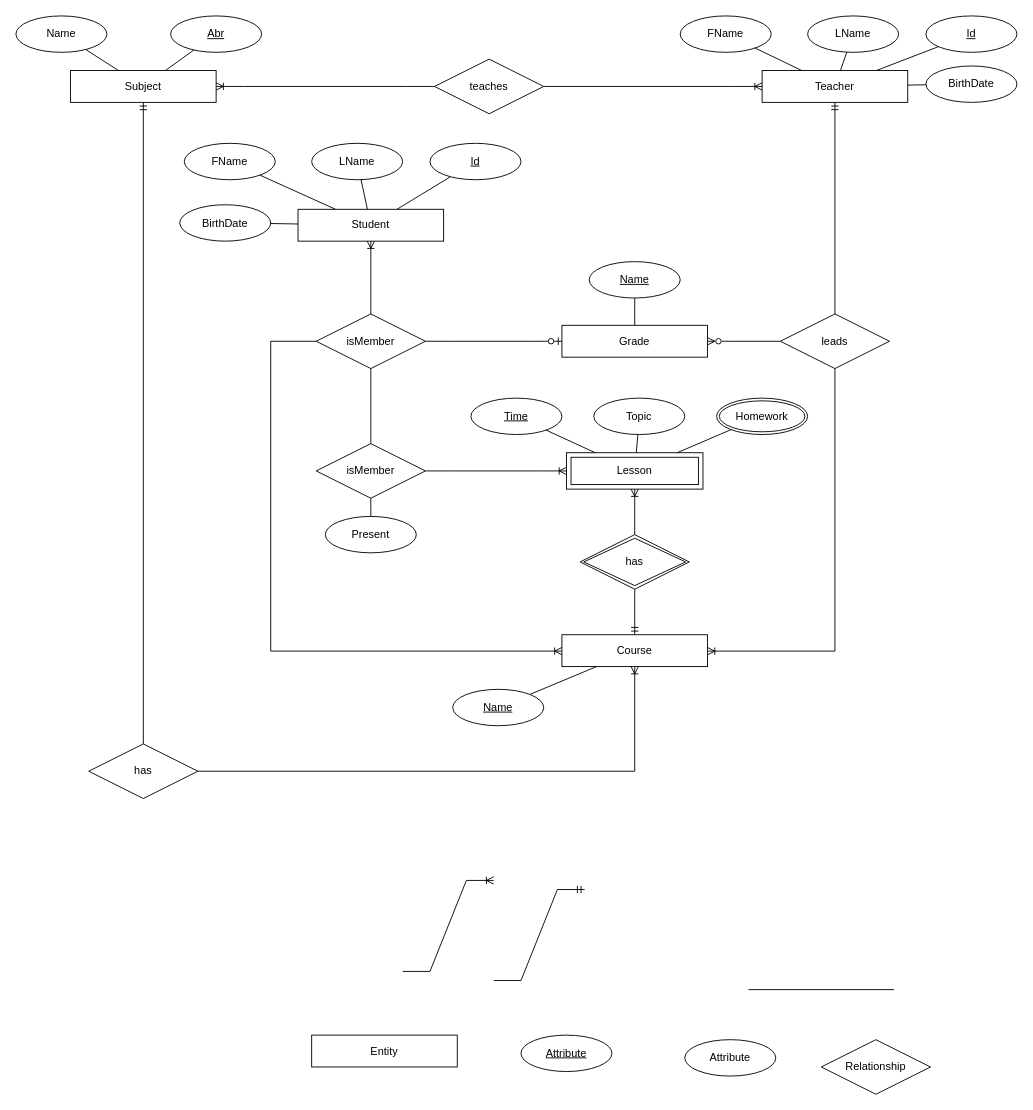
Above: er.drawio in elma1989/teach (draw.io), before the change. Source tidied: cells renumbered, new cells numbered last; positions are measured from the earlier drawing's top-left corner, leaving out a move shared by most shapes. Both pictures are drawn from the tidied source at 91%, with x=0, y=0 at pixel (15, 15).
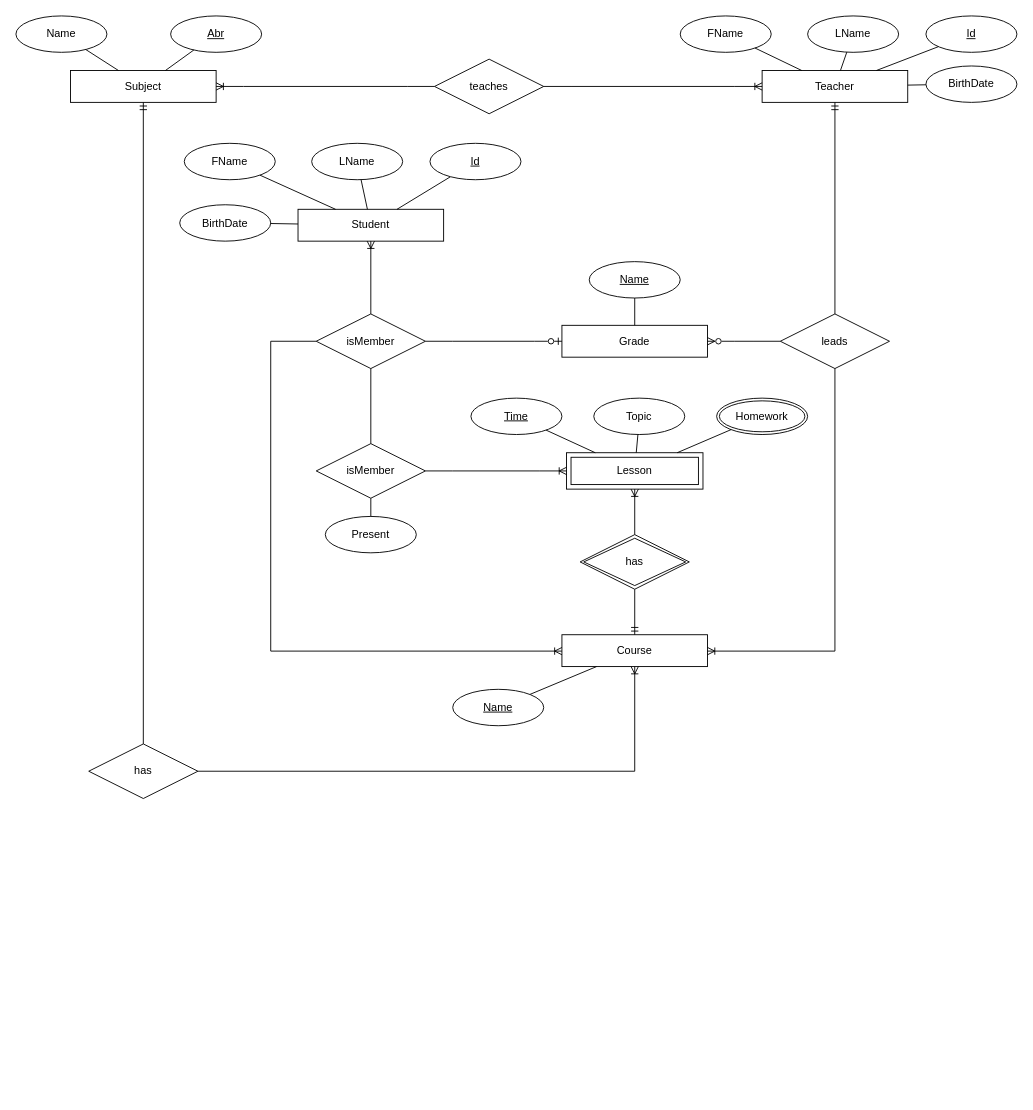
The same diagram, later.

What changed in the source:
```diff
@@
-    <mxCell id="2" value="Entity" style="whiteSpace=wrap;html=1;align=center;" parent="1" vertex="1">
-      <mxGeometry x="325" y="1120" width="160" height="35" as="geometry" />
-    </mxCell>
@@
-    <mxCell id="4" value="Attribute" style="ellipse;whiteSpace=wrap;html=1;align=center;fontStyle=4;" parent="1" vertex="1">
-      <mxGeometry x="555" y="1120" width="100" height="40" as="geometry" />
-    </mxCell>
@@
-    <mxCell id="6" value="Attribute" style="ellipse;whiteSpace=wrap;html=1;align=center;" parent="1" vertex="1">
-      <mxGeometry x="735" y="1125" width="100" height="40" as="geometry" />
-    </mxCell>
@@
-    <mxCell id="8" style="endArrow=none;html=1;rounded=0;" parent="1" edge="1">
-      <mxGeometry relative="1" as="geometry">
-        <mxPoint x="805" y="1070" as="sourcePoint" />
-        <mxPoint x="965" y="1070" as="targetPoint" />
-      </mxGeometry>
-    </mxCell>
@@
-    <mxCell id="22" style="edgeStyle=entityRelationEdgeStyle;fontSize=12;html=1;endArrow=ERoneToMany;rounded=0;" parent="1" edge="1">
-      <mxGeometry relative="1" as="geometry">
-        <mxPoint x="425" y="1050" as="sourcePoint" />
-        <mxPoint x="525" y="950" as="targetPoint" />
-      </mxGeometry>
-    </mxCell>
@@
-    <mxCell id="28" style="edgeStyle=entityRelationEdgeStyle;fontSize=12;html=1;endArrow=ERmandOne;rounded=0;" parent="1" edge="1">
-      <mxGeometry relative="1" as="geometry">
-        <mxPoint x="525" y="1060" as="sourcePoint" />
-        <mxPoint x="625" y="960" as="targetPoint" />
-      </mxGeometry>
-    </mxCell>
@@
-    <mxCell id="40" value="Relationship" style="shape=rhombus;perimeter=rhombusPerimeter;whiteSpace=wrap;html=1;align=center;" parent="1" vertex="1">
-      <mxGeometry x="885" y="1125" width="120" height="60" as="geometry" />
-    </mxCell>
```
